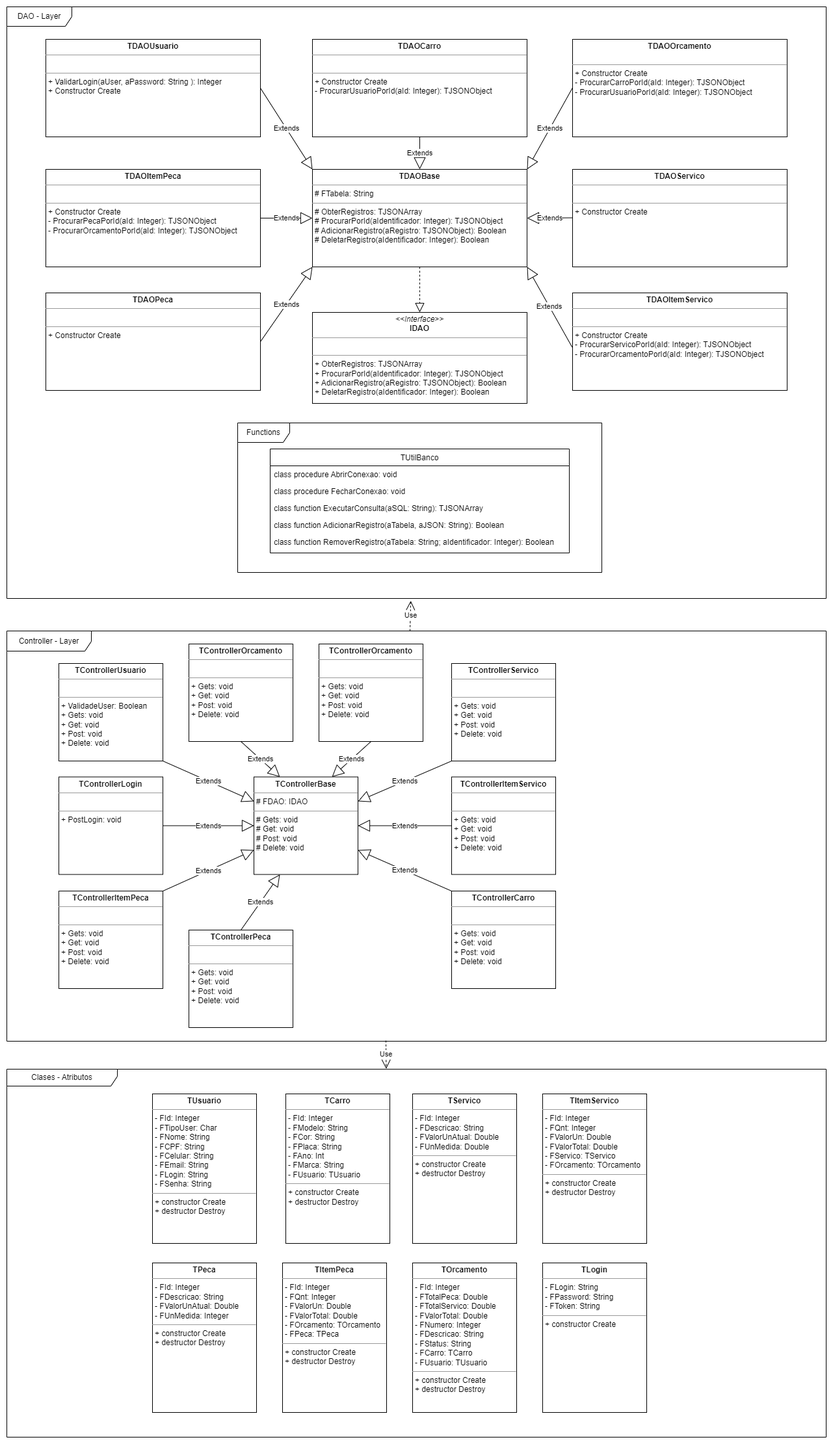
Before: 3 - Arquitetura da Aplicação/Diagramas de Classes/BackEnd/Diagrama_Classe_BackEnd.drawio.png, a diagram exported from draw.io (JeanCarlosMoller/MecanicaLamborghini). Source tidied: cells renumbered, new cells last; positions are measured from the earlier drawing's top-left corner, leaving out a move shared by most shapes.
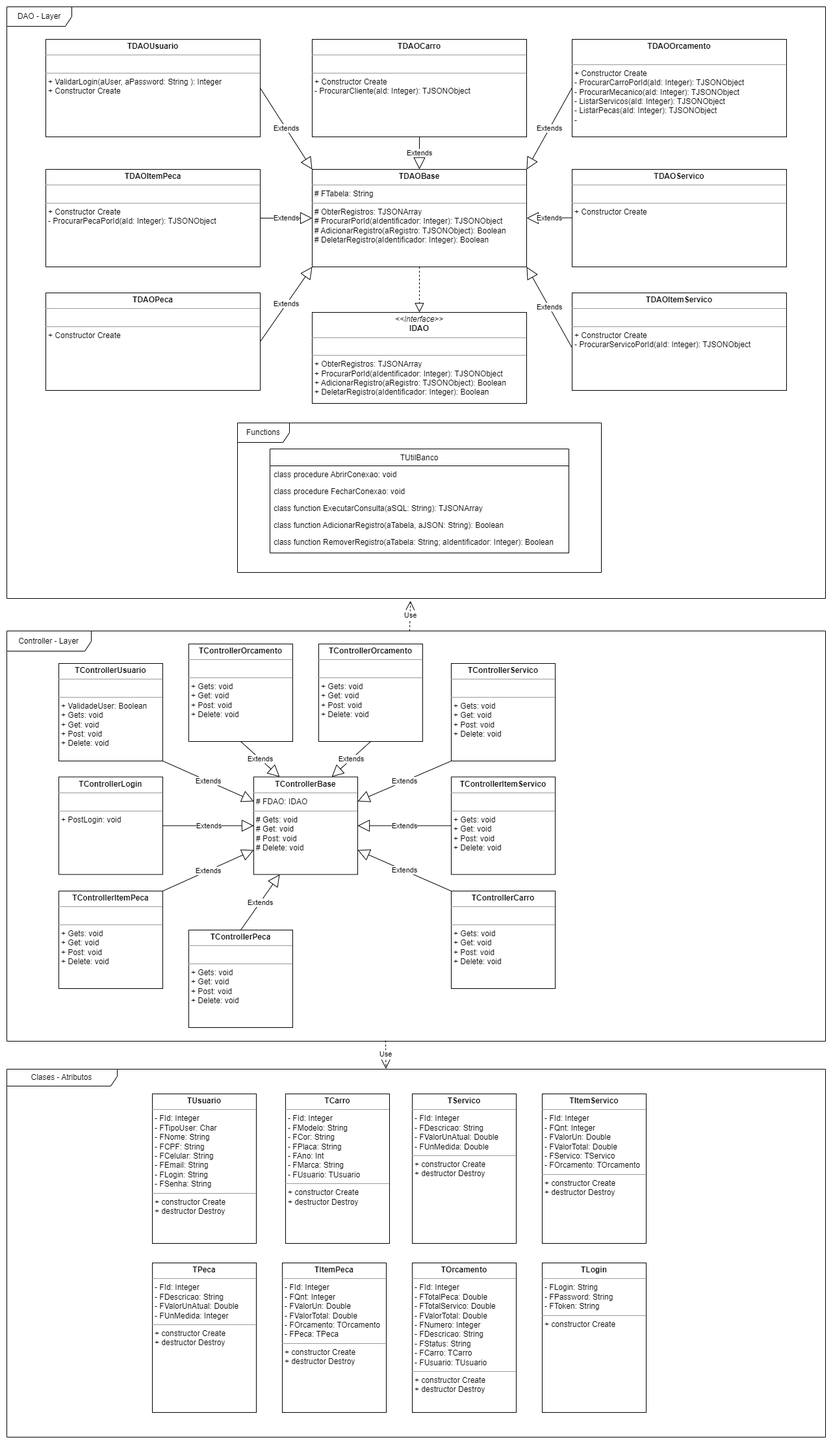
Later version of the same file.

Commit message:
finalização diagrama de classe BackEnd

Change to the diagram source:
```diff
@@ -8,10 +8,10 @@
     <mxCell id="3" value="&lt;p style=&quot;margin:0px;margin-top:4px;text-align:center;&quot;&gt;&lt;b&gt;TDAOUsuario&lt;/b&gt;&lt;/p&gt;&lt;hr size=&quot;1&quot;&gt;&lt;p style=&quot;margin:0px;margin-left:4px;&quot;&gt;&lt;br&gt;&lt;/p&gt;&lt;hr size=&quot;1&quot;&gt;&lt;p style=&quot;margin:0px;margin-left:4px;&quot;&gt;+ ValidarLogin(aUser, aPassword: String ): Integer&lt;/p&gt;&lt;p style=&quot;margin:0px;margin-left:4px;&quot;&gt;&lt;span style=&quot;background-color: initial;&quot;&gt;+ Constructor Create&lt;br&gt;&lt;/span&gt;&lt;/p&gt;" style="verticalAlign=top;align=left;overflow=fill;fontSize=12;fontFamily=Helvetica;html=1;" parent="1" vertex="1">
       <mxGeometry x="60" y="50" width="330" height="150" as="geometry" />
     </mxCell>
-    <mxCell id="4" value="&lt;p style=&quot;margin:0px;margin-top:4px;text-align:center;&quot;&gt;&lt;b&gt;TDAOCarro&lt;/b&gt;&lt;/p&gt;&lt;hr size=&quot;1&quot;&gt;&lt;p style=&quot;margin:0px;margin-left:4px;&quot;&gt;&lt;br&gt;&lt;/p&gt;&lt;hr size=&quot;1&quot;&gt;&lt;p style=&quot;margin:0px;margin-left:4px;&quot;&gt;+ Constructor Create&lt;/p&gt;&lt;p style=&quot;margin:0px;margin-left:4px;&quot;&gt;- ProcurarUsuarioPorId(aId: Integer): TJSONObject&lt;/p&gt;&lt;p style=&quot;margin:0px;margin-left:4px;&quot;&gt;&lt;br&gt;&lt;/p&gt;&lt;p style=&quot;margin:0px;margin-left:4px;&quot;&gt;&lt;br&gt;&lt;br&gt;&lt;/p&gt;" style="verticalAlign=top;align=left;overflow=fill;fontSize=12;fontFamily=Helvetica;html=1;" parent="1" vertex="1">
+    <mxCell id="4" value="&lt;p style=&quot;margin:0px;margin-top:4px;text-align:center;&quot;&gt;&lt;b&gt;TDAOCarro&lt;/b&gt;&lt;/p&gt;&lt;hr size=&quot;1&quot;&gt;&lt;p style=&quot;margin:0px;margin-left:4px;&quot;&gt;&lt;br&gt;&lt;/p&gt;&lt;hr size=&quot;1&quot;&gt;&lt;p style=&quot;margin:0px;margin-left:4px;&quot;&gt;+ Constructor Create&lt;/p&gt;&lt;p style=&quot;margin:0px;margin-left:4px;&quot;&gt;- ProcurarCliente(aId: Integer): TJSONObject&lt;/p&gt;&lt;p style=&quot;margin:0px;margin-left:4px;&quot;&gt;&lt;br&gt;&lt;/p&gt;&lt;p style=&quot;margin:0px;margin-left:4px;&quot;&gt;&lt;br&gt;&lt;br&gt;&lt;/p&gt;" style="verticalAlign=top;align=left;overflow=fill;fontSize=12;fontFamily=Helvetica;html=1;" parent="1" vertex="1">
       <mxGeometry x="470" y="50" width="330" height="150" as="geometry" />
     </mxCell>
-    <mxCell id="5" value="&lt;p style=&quot;margin:0px;margin-top:4px;text-align:center;&quot;&gt;&lt;b&gt;TDAOItemPeca&lt;/b&gt;&lt;/p&gt;&lt;hr size=&quot;1&quot;&gt;&lt;p style=&quot;margin:0px;margin-left:4px;&quot;&gt;&lt;br&gt;&lt;/p&gt;&lt;hr size=&quot;1&quot;&gt;&lt;p style=&quot;margin:0px;margin-left:4px;&quot;&gt;+ Constructor Create&lt;/p&gt;&lt;p style=&quot;margin:0px;margin-left:4px;&quot;&gt;&lt;span style=&quot;background-color: initial;&quot;&gt;- ProcurarPecaPorId(aId: Integer): TJSONObject&lt;/span&gt;&lt;/p&gt;&lt;p style=&quot;margin:0px;margin-left:4px;&quot;&gt;- ProcurarOrcamentoPorId(aId: Integer): TJSONObject&lt;/p&gt;&lt;p style=&quot;margin:0px;margin-left:4px;&quot;&gt;&lt;br&gt;&lt;/p&gt;" style="verticalAlign=top;align=left;overflow=fill;fontSize=12;fontFamily=Helvetica;html=1;" parent="1" vertex="1">
+    <mxCell id="5" value="&lt;p style=&quot;margin:0px;margin-top:4px;text-align:center;&quot;&gt;&lt;b&gt;TDAOItemPeca&lt;/b&gt;&lt;/p&gt;&lt;hr size=&quot;1&quot;&gt;&lt;p style=&quot;margin:0px;margin-left:4px;&quot;&gt;&lt;br&gt;&lt;/p&gt;&lt;hr size=&quot;1&quot;&gt;&lt;p style=&quot;margin:0px;margin-left:4px;&quot;&gt;+ Constructor Create&lt;/p&gt;&lt;p style=&quot;margin:0px;margin-left:4px;&quot;&gt;&lt;span style=&quot;background-color: initial;&quot;&gt;- ProcurarPecaPorId(aId: Integer): TJSONObject&lt;/span&gt;&lt;/p&gt;&lt;p style=&quot;margin:0px;margin-left:4px;&quot;&gt;&lt;br&gt;&lt;/p&gt;&lt;p style=&quot;margin:0px;margin-left:4px;&quot;&gt;&lt;br&gt;&lt;/p&gt;" style="verticalAlign=top;align=left;overflow=fill;fontSize=12;fontFamily=Helvetica;html=1;" parent="1" vertex="1">
       <mxGeometry x="60" y="250" width="330" height="150" as="geometry" />
     </mxCell>
     <mxCell id="6" value="&lt;p style=&quot;margin:0px;margin-top:4px;text-align:center;&quot;&gt;&lt;b&gt;TDAOServico&lt;/b&gt;&lt;/p&gt;&lt;hr size=&quot;1&quot;&gt;&lt;p style=&quot;margin:0px;margin-left:4px;&quot;&gt;&lt;br&gt;&lt;/p&gt;&lt;hr size=&quot;1&quot;&gt;&lt;p style=&quot;margin:0px;margin-left:4px;&quot;&gt;+ Constructor Create&lt;/p&gt;" style="verticalAlign=top;align=left;overflow=fill;fontSize=12;fontFamily=Helvetica;html=1;" parent="1" vertex="1">
@@ -20,10 +20,10 @@
     <mxCell id="7" value="&lt;p style=&quot;margin:0px;margin-top:4px;text-align:center;&quot;&gt;&lt;b&gt;TDAOPeca&lt;/b&gt;&lt;/p&gt;&lt;hr size=&quot;1&quot;&gt;&lt;p style=&quot;margin:0px;margin-left:4px;&quot;&gt;&lt;br&gt;&lt;/p&gt;&lt;hr size=&quot;1&quot;&gt;&lt;p style=&quot;margin:0px;margin-left:4px;&quot;&gt;+ Constructor Create&lt;/p&gt;" style="verticalAlign=top;align=left;overflow=fill;fontSize=12;fontFamily=Helvetica;html=1;" parent="1" vertex="1">
       <mxGeometry x="60" y="440" width="330" height="150" as="geometry" />
     </mxCell>
-    <mxCell id="8" value="&lt;p style=&quot;margin:0px;margin-top:4px;text-align:center;&quot;&gt;&lt;b&gt;TDAOItemServico&lt;/b&gt;&lt;/p&gt;&lt;hr size=&quot;1&quot;&gt;&lt;p style=&quot;margin:0px;margin-left:4px;&quot;&gt;&lt;br&gt;&lt;/p&gt;&lt;hr size=&quot;1&quot;&gt;&lt;p style=&quot;border-color: var(--border-color); margin: 0px 0px 0px 4px;&quot;&gt;+ Constructor Create&lt;/p&gt;&lt;p style=&quot;border-color: var(--border-color); margin: 0px 0px 0px 4px;&quot;&gt;- ProcurarServicoPorId(aId: Integer): TJSONObject&lt;/p&gt;&lt;p style=&quot;border-color: var(--border-color); margin: 0px 0px 0px 4px;&quot;&gt;- ProcurarOrcamentoPorId(aId: Integer): TJSONObject&lt;br style=&quot;border-color: var(--border-color);&quot;&gt;&lt;br&gt;&lt;/p&gt;" style="verticalAlign=top;align=left;overflow=fill;fontSize=12;fontFamily=Helvetica;html=1;" parent="1" vertex="1">
+    <mxCell id="8" value="&lt;p style=&quot;margin:0px;margin-top:4px;text-align:center;&quot;&gt;&lt;b&gt;TDAOItemServico&lt;/b&gt;&lt;/p&gt;&lt;hr size=&quot;1&quot;&gt;&lt;p style=&quot;margin:0px;margin-left:4px;&quot;&gt;&lt;br&gt;&lt;/p&gt;&lt;hr size=&quot;1&quot;&gt;&lt;p style=&quot;border-color: var(--border-color); margin: 0px 0px 0px 4px;&quot;&gt;+ Constructor Create&lt;/p&gt;&lt;p style=&quot;border-color: var(--border-color); margin: 0px 0px 0px 4px;&quot;&gt;- ProcurarServicoPorId(aId: Integer): TJSONObject&lt;/p&gt;&lt;p style=&quot;border-color: var(--border-color); margin: 0px 0px 0px 4px;&quot;&gt;&lt;br style=&quot;border-color: var(--border-color);&quot;&gt;&lt;br&gt;&lt;/p&gt;" style="verticalAlign=top;align=left;overflow=fill;fontSize=12;fontFamily=Helvetica;html=1;" parent="1" vertex="1">
       <mxGeometry x="870" y="440" width="330" height="150" as="geometry" />
     </mxCell>
-    <mxCell id="9" value="&lt;p style=&quot;margin:0px;margin-top:4px;text-align:center;&quot;&gt;&lt;b&gt;TDAOOrcamento&lt;/b&gt;&lt;/p&gt;&lt;p style=&quot;margin:0px;margin-left:4px;&quot;&gt;&lt;br&gt;&lt;/p&gt;&lt;hr size=&quot;1&quot;&gt;&lt;p style=&quot;border-color: var(--border-color); margin: 0px 0px 0px 4px;&quot;&gt;+ Constructor Create&lt;/p&gt;&lt;p style=&quot;border-color: var(--border-color); margin: 0px 0px 0px 4px;&quot;&gt;- ProcurarCarroPorId(aId: Integer): TJSONObject&lt;/p&gt;&lt;p style=&quot;border-color: var(--border-color); margin: 0px 0px 0px 4px;&quot;&gt;- ProcurarUsuarioPorId(aId: Integer): TJSONObject&lt;br style=&quot;border-color: var(--border-color);&quot;&gt;&lt;br style=&quot;border-color: var(--border-color);&quot;&gt;&lt;br&gt;&lt;/p&gt;" style="verticalAlign=top;align=left;overflow=fill;fontSize=12;fontFamily=Helvetica;html=1;" parent="1" vertex="1">
+    <mxCell id="9" value="&lt;p style=&quot;margin:0px;margin-top:4px;text-align:center;&quot;&gt;&lt;b&gt;TDAOOrcamento&lt;/b&gt;&lt;/p&gt;&lt;p style=&quot;margin:0px;margin-left:4px;&quot;&gt;&lt;br&gt;&lt;/p&gt;&lt;hr size=&quot;1&quot;&gt;&lt;p style=&quot;border-color: var(--border-color); margin: 0px 0px 0px 4px;&quot;&gt;+ Constructor Create&lt;/p&gt;&lt;p style=&quot;border-color: var(--border-color); margin: 0px 0px 0px 4px;&quot;&gt;- ProcurarCarroPorId(aId: Integer): TJSONObject&lt;/p&gt;&lt;p style=&quot;border-color: var(--border-color); margin: 0px 0px 0px 4px;&quot;&gt;- ProcurarMecanico(aId: Integer): TJSONObject&lt;/p&gt;&lt;p style=&quot;border-color: var(--border-color); margin: 0px 0px 0px 4px;&quot;&gt;- ListarServicos(aId: Integer): TJSONObject&lt;br&gt;&lt;/p&gt;&lt;p style=&quot;border-color: var(--border-color); margin: 0px 0px 0px 4px;&quot;&gt;- ListarPecas(aId: Integer): TJSONObject&lt;br&gt;&lt;/p&gt;&lt;p style=&quot;border-color: var(--border-color); margin: 0px 0px 0px 4px;&quot;&gt;-&amp;nbsp;&lt;br style=&quot;border-color: var(--border-color);&quot;&gt;&lt;br style=&quot;border-color: var(--border-color);&quot;&gt;&lt;br&gt;&lt;/p&gt;" style="verticalAlign=top;align=left;overflow=fill;fontSize=12;fontFamily=Helvetica;html=1;" parent="1" vertex="1">
       <mxGeometry x="870" y="50" width="330" height="150" as="geometry" />
     </mxCell>
     <mxCell id="10" value="Extends" style="endArrow=block;endSize=16;endFill=0;html=1;rounded=0;entryX=0;entryY=0.5;entryDx=0;entryDy=0;" parent="1" edge="1" source="5" target="2">
```
